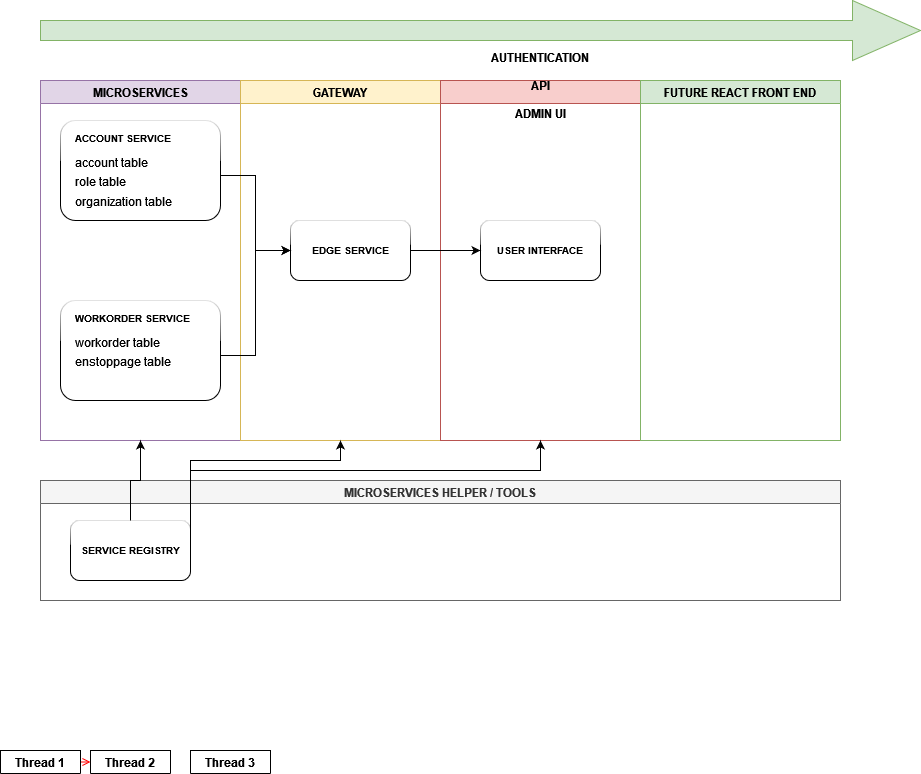
Before: Untitled Diagram.drawio.png, a diagram exported from draw.io (benkurama/microservice_iworks). Source tidied: cells renumbered, new cells last; positions are measured from the earlier drawing's top-left corner, leaving out a move shared by most shapes.
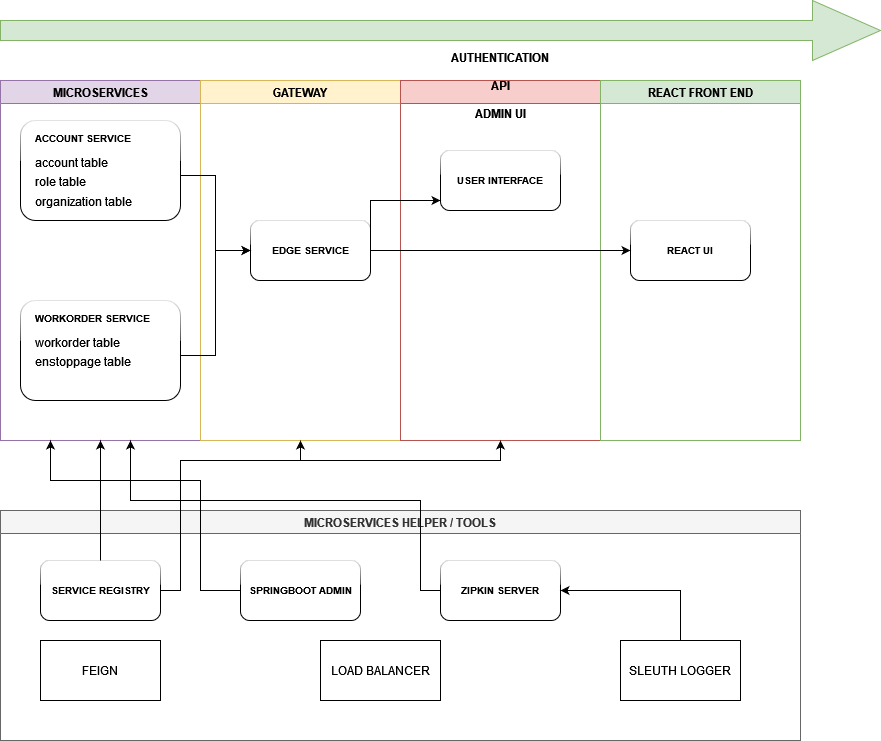
The same diagram one commit later.

Change to the diagram source:
```diff
@@ -2,15 +2,11 @@
   <root>
     <mxCell id="0" />
     <mxCell id="1" parent="0" />
-    <mxCell id="2" value="Thread 1" style="swimlane;whiteSpace=wrap;" parent="1" vertex="1" collapsed="1">
-      <mxGeometry y="750" width="80" height="23" as="geometry" />
-    </mxCell>
-    <mxCell id="3" value="Thread 2" style="swimlane;whiteSpace=wrap;" parent="1" vertex="1" collapsed="1">
-      <mxGeometry x="90" y="750" width="80" height="23" as="geometry" />
-    </mxCell>
-    <mxCell id="4" value="Thread 3" style="swimlane;whiteSpace=wrap;" parent="1" vertex="1" collapsed="1">
-      <mxGeometry x="190" y="750" width="80" height="23" as="geometry" />
-    </mxCell>
+    <mxCell id="26" style="endArrow=open;strokeColor=#FF0000;endFill=1;rounded=0;" parent="1" edge="1" source="x">
+      <mxGeometry relative="1" as="geometry">
+        <mxPoint x="90" y="761.5" as="targetPoint" />
+      </mxGeometry>
+    </mxCell>
     <mxCell id="5" value="MICROSERVICES" style="swimlane;rotation=0;fillColor=#e1d5e7;strokeColor=#9673a6;" parent="1" vertex="1">
       <mxGeometry x="40" y="80" width="200" height="360" as="geometry" />
     </mxCell>
@@ -41,21 +37,42 @@
     <mxCell id="14" value="&lt;b&gt;EDGE SERVICE&lt;/b&gt;" style="rounded=1;whiteSpace=wrap;html=1;shadow=0;glass=1;sketch=0;fontSize=10;" parent="13" vertex="1">
       <mxGeometry x="50" y="140" width="120" height="60" as="geometry" />
     </mxCell>
-    <mxCell id="15" value="AUTHENTICATION &#10;&#10;API &#10;&#10;ADMIN UI&#10;" style="swimlane;rotation=0;fillColor=#f8cecc;strokeColor=#b85450;" parent="1" vertex="1">
+    <mxCell id="15" value="AUTHENTICATION &#10;&#10;API &#10;&#10;ADMIN UI&#10;" style="swimlane;rotation=0;fillColor=#f8cecc;strokeColor=#b85450;spacing=2;startSize=23;swimlaneLine=1;" parent="1" vertex="1">
       <mxGeometry x="440" y="80" width="200" height="360" as="geometry" />
     </mxCell>
     <mxCell id="16" value="&lt;b&gt;USER INTERFACE&lt;/b&gt;" style="rounded=1;whiteSpace=wrap;html=1;shadow=0;glass=1;sketch=0;fontSize=10;" parent="15" vertex="1">
-      <mxGeometry x="40" y="140" width="120" height="60" as="geometry" />
+      <mxGeometry x="40" y="70" width="120" height="60" as="geometry" />
     </mxCell>
-    <mxCell id="17" value="FUTURE REACT FRONT END" style="swimlane;rotation=0;fillColor=#d5e8d4;strokeColor=#82b366;" parent="1" vertex="1">
+    <mxCell id="17" value="REACT FRONT END" style="swimlane;rotation=0;fillColor=#d5e8d4;strokeColor=#82b366;" parent="1" vertex="1">
       <mxGeometry x="640" y="80" width="200" height="360" as="geometry" />
     </mxCell>
+    <mxCell id="27" value="&lt;b&gt;REACT UI&lt;/b&gt;" style="rounded=1;whiteSpace=wrap;html=1;shadow=0;glass=1;sketch=0;fontSize=10;" parent="17" vertex="1">
+      <mxGeometry x="30" y="140" width="120" height="60" as="geometry" />
+    </mxCell>
     <mxCell id="18" value="MICROSERVICES HELPER / TOOLS" style="swimlane;rotation=0;fillColor=#f5f5f5;strokeColor=#666666;fontColor=#333333;" parent="1" vertex="1">
-      <mxGeometry x="40" y="480" width="800" height="120" as="geometry" />
+      <mxGeometry x="40" y="510" width="800" height="230" as="geometry" />
     </mxCell>
     <mxCell id="19" value="&lt;b&gt;SERVICE REGISTRY&lt;/b&gt;" style="rounded=1;whiteSpace=wrap;html=1;shadow=0;glass=1;sketch=0;fontSize=10;" parent="18" vertex="1">
-      <mxGeometry x="30" y="40" width="120" height="60" as="geometry" />
+      <mxGeometry x="40" y="50" width="120" height="60" as="geometry" />
     </mxCell>
+    <mxCell id="28" value="&lt;b&gt;SPRINGBOOT ADMIN&lt;/b&gt;" style="rounded=1;whiteSpace=wrap;html=1;shadow=0;glass=1;sketch=0;fontSize=10;" parent="18" vertex="1">
+      <mxGeometry x="240" y="50" width="120" height="60" as="geometry" />
+    </mxCell>
+    <mxCell id="29" value="&lt;b&gt;ZIPKIN SERVER&lt;/b&gt;" style="rounded=1;whiteSpace=wrap;html=1;shadow=0;glass=1;sketch=0;fontSize=10;" parent="18" vertex="1">
+      <mxGeometry x="440" y="50" width="120" height="60" as="geometry" />
+    </mxCell>
+    <mxCell id="30" style="edgeStyle=orthogonalEdgeStyle;rounded=0;jettySize=auto;html=1;exitX=0.5;exitY=0;exitDx=0;exitDy=0;entryX=1;entryY=0.5;entryDx=0;entryDy=0;" parent="18" edge="1" source="31" target="29">
+      <mxGeometry relative="1" as="geometry" />
+    </mxCell>
+    <mxCell id="31" value="SLEUTH LOGGER" style="rounded=0;whiteSpace=wrap;html=1;" parent="18" vertex="1">
+      <mxGeometry x="620" y="130" width="120" height="60" as="geometry" />
+    </mxCell>
+    <mxCell id="32" value="LOAD BALANCER" style="rounded=0;whiteSpace=wrap;html=1;" parent="18" vertex="1">
+      <mxGeometry x="320" y="130" width="120" height="60" as="geometry" />
+    </mxCell>
+    <mxCell id="33" value="FEIGN" style="rounded=0;whiteSpace=wrap;html=1;" parent="18" vertex="1">
+      <mxGeometry x="40" y="130" width="120" height="60" as="geometry" />
+    </mxCell>
     <mxCell id="20" style="edgeStyle=orthogonalEdgeStyle;rounded=0;jettySize=auto;html=1;exitX=1;exitY=0.5;exitDx=0;exitDy=0;entryX=0;entryY=0.5;entryDx=0;entryDy=0;fontSize=10;" parent="1" edge="1" source="8" target="14">
       <mxGeometry relative="1" as="geometry" />
     </mxCell>
@@ -63,7 +80,11 @@
       <mxGeometry relative="1" as="geometry" />
     </mxCell>
     <mxCell id="22" style="edgeStyle=orthogonalEdgeStyle;rounded=0;jettySize=auto;html=1;exitX=1;exitY=0.5;exitDx=0;exitDy=0;fontSize=10;" parent="1" edge="1" source="14" target="16">
-      <mxGeometry relative="1" as="geometry" />
+      <mxGeometry relative="1" as="geometry">
+        <Array as="points">
+          <mxPoint x="410" y="200" />
+        </Array>
+      </mxGeometry>
     </mxCell>
     <mxCell id="23" style="edgeStyle=orthogonalEdgeStyle;rounded=0;jettySize=auto;html=1;exitX=0.5;exitY=0;exitDx=0;exitDy=0;entryX=0.5;entryY=1;entryDx=0;entryDy=0;fontSize=10;" parent="1" edge="1" source="19" target="5">
       <mxGeometry relative="1" as="geometry" />
@@ -71,7 +92,8 @@
     <mxCell id="24" style="edgeStyle=orthogonalEdgeStyle;rounded=0;jettySize=auto;html=1;exitX=1;exitY=0.5;exitDx=0;exitDy=0;entryX=0.5;entryY=1;entryDx=0;entryDy=0;fontSize=10;" parent="1" edge="1" source="19" target="13">
       <mxGeometry relative="1" as="geometry">
         <Array as="points">
-          <mxPoint x="190" y="460" />
+          <mxPoint x="220" y="590" />
+          <mxPoint x="220" y="460" />
           <mxPoint x="340" y="460" />
         </Array>
       </mxGeometry>
@@ -79,10 +101,34 @@
     <mxCell id="25" style="edgeStyle=orthogonalEdgeStyle;rounded=0;jettySize=auto;html=1;exitX=1;exitY=0.5;exitDx=0;exitDy=0;entryX=0.5;entryY=1;entryDx=0;entryDy=0;fontSize=10;" parent="1" edge="1" source="19" target="15">
       <mxGeometry relative="1" as="geometry">
         <Array as="points">
-          <mxPoint x="190" y="470" />
-          <mxPoint x="540" y="470" />
+          <mxPoint x="220" y="590" />
+          <mxPoint x="220" y="460" />
+          <mxPoint x="540" y="460" />
         </Array>
       </mxGeometry>
     </mxCell>
+    <mxCell id="34" style="edgeStyle=orthogonalEdgeStyle;rounded=0;jettySize=auto;html=1;exitX=1;exitY=0.5;exitDx=0;exitDy=0;" parent="1" edge="1" source="14" target="27">
+      <mxGeometry relative="1" as="geometry" />
+    </mxCell>
+    <mxCell id="35" style="edgeStyle=orthogonalEdgeStyle;rounded=0;jettySize=auto;html=1;exitX=0;exitY=0.5;exitDx=0;exitDy=0;" parent="1" edge="1" source="28">
+      <mxGeometry relative="1" as="geometry">
+        <mxPoint x="90" y="440" as="targetPoint" />
+        <Array as="points">
+          <mxPoint x="240" y="590" />
+          <mxPoint x="240" y="480" />
+          <mxPoint x="90" y="480" />
+        </Array>
+      </mxGeometry>
+    </mxCell>
+    <mxCell id="36" style="edgeStyle=orthogonalEdgeStyle;rounded=0;jettySize=auto;html=1;exitX=0;exitY=0.5;exitDx=0;exitDy=0;" parent="1" edge="1" source="29">
+      <mxGeometry relative="1" as="geometry">
+        <mxPoint x="170" y="440" as="targetPoint" />
+        <Array as="points">
+          <mxPoint x="460" y="590" />
+          <mxPoint x="460" y="500" />
+          <mxPoint x="170" y="500" />
+        </Array>
+      </mxGeometry>
+    </mxCell>
   </root>
 </mxGraphModel>
```
